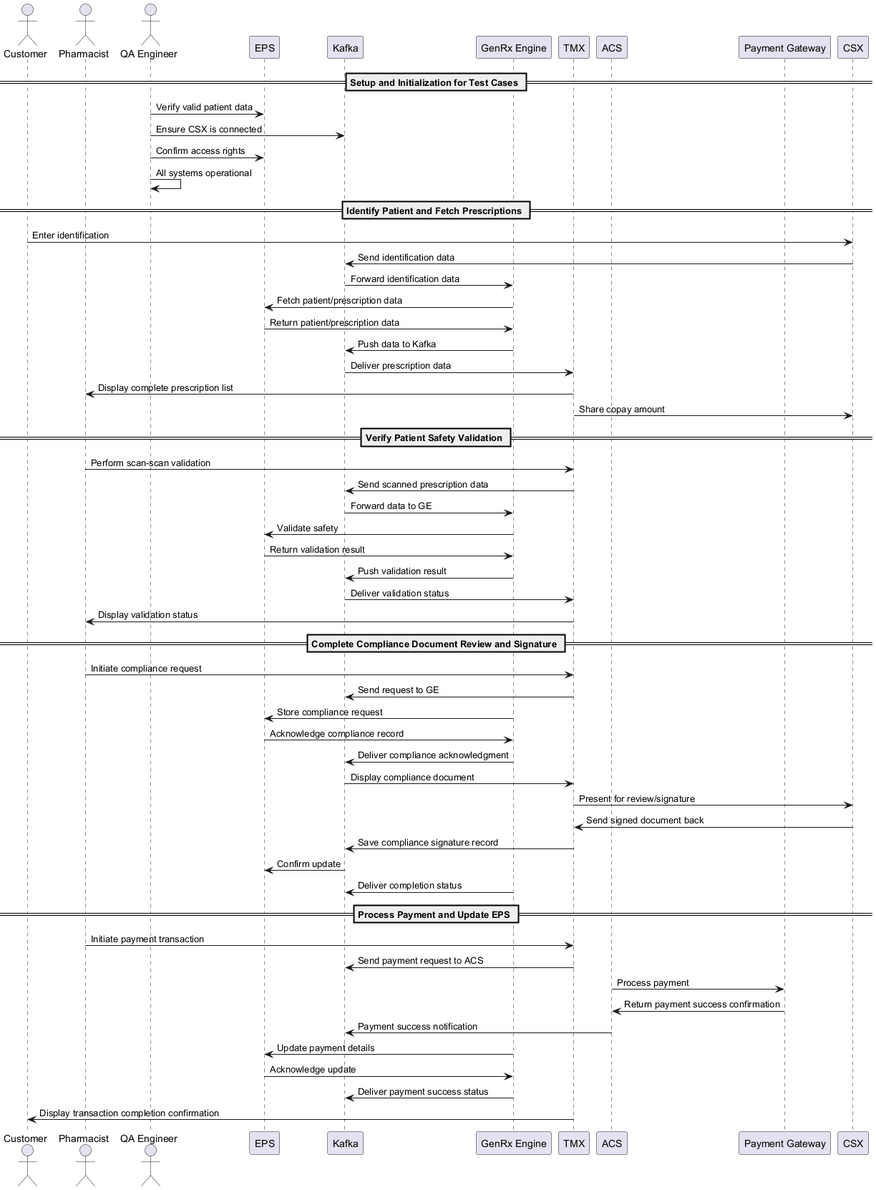
Earlier version of the PlantUML export plantuml2/static/e2e_test_diagram.png (aniket-017/PlantUml).
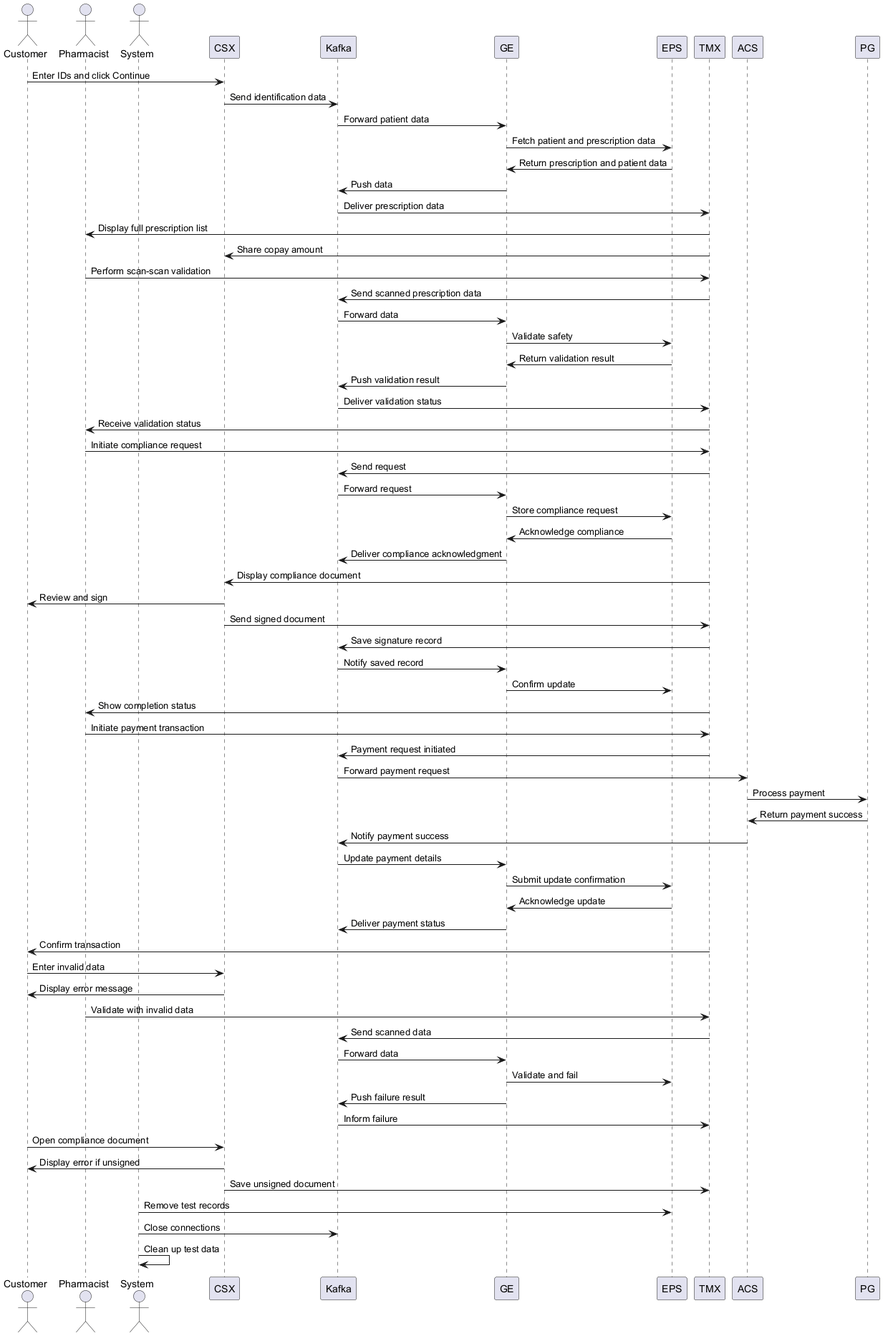
After the change.

Change to the diagram source:
```diff
@@ -1,64 +1,68 @@
 @startuml
 actor Customer
 actor Pharmacist
-actor "QA Engineer" as QA
-participant "EPS" as eps
-participant "Kafka" as kafka
-participant "GenRx Engine" as ge
-participant "TMX" as tmx
-participant "ACS" as acs
-participant "Payment Gateway" as pg
-participant "CSX" as csx
+actor System
 
-== Setup and Initialization for Test Cases ==
-QA -> eps : Verify valid patient data
-QA -> kafka : Ensure CSX is connected
-QA -> eps : Confirm access rights
-QA -> QA : All systems operational
+Customer -> CSX: Enter IDs and click Continue
+CSX -> Kafka: Send identification data
+Kafka -> GE: Forward patient data
+GE -> EPS: Fetch patient and prescription data
+EPS -> GE: Return prescription and patient data
+GE -> Kafka: Push data
+Kafka -> TMX: Deliver prescription data
+TMX -> Pharmacist: Display full prescription list
+TMX -> CSX: Share copay amount
 
-== Identify Patient and Fetch Prescriptions ==
-Customer -> csx : Enter identification
-csx -> kafka : Send identification data
-kafka -> ge : Forward identification data
-ge -> eps : Fetch patient/prescription data
-eps -> ge : Return patient/prescription data
-ge -> kafka : Push data to Kafka
-kafka -> tmx : Deliver prescription data
-tmx -> Pharmacist : Display complete prescription list
-tmx -> csx : Share copay amount
+Pharmacist -> TMX: Perform scan-scan validation
+TMX -> Kafka: Send scanned prescription data
+Kafka -> GE: Forward data
+GE -> EPS: Validate safety
+EPS -> GE: Return validation result
+GE -> Kafka: Push validation result
+Kafka -> TMX: Deliver validation status
+TMX -> Pharmacist: Receive validation status
 
-== Verify Patient Safety Validation ==
-Pharmacist -> tmx : Perform scan-scan validation
-tmx -> kafka : Send scanned prescription data
-kafka -> ge : Forward data to GE
-ge -> eps : Validate safety
-eps -> ge : Return validation result
-ge -> kafka : Push validation result
-kafka -> tmx : Deliver validation status
-tmx -> Pharmacist : Display validation status
+Pharmacist -> TMX: Initiate compliance request
+TMX -> Kafka: Send request
+Kafka -> GE: Forward request
+GE -> EPS: Store compliance request
+EPS -> GE: Acknowledge compliance
+GE -> Kafka: Deliver compliance acknowledgment
+TMX -> CSX: Display compliance document
+CSX -> Customer: Review and sign
+CSX -> TMX: Send signed document
+TMX -> Kafka: Save signature record
+Kafka -> GE: Notify saved record
+GE -> EPS: Confirm update
+TMX -> Pharmacist: Show completion status
 
-== Complete Compliance Document Review and Signature ==
-Pharmacist -> tmx : Initiate compliance request
-tmx -> kafka : Send request to GE
-ge -> eps : Store compliance request
-eps -> ge : Acknowledge compliance record
-ge -> kafka : Deliver compliance acknowledgment
-kafka -> tmx : Display compliance document
-tmx -> csx : Present for review/signature
-csx -> tmx : Send signed document back
-tmx -> kafka : Save compliance signature record
-kafka -> eps : Confirm update
-ge -> kafka : Deliver completion status
+Pharmacist -> TMX: Initiate payment transaction
+TMX -> Kafka: Payment request initiated
+Kafka -> ACS: Forward payment request
+ACS -> PG: Process payment
+PG -> ACS: Return payment success
+ACS -> Kafka: Notify payment success
+Kafka -> GE: Update payment details
+GE -> EPS: Submit update confirmation
+EPS -> GE: Acknowledge update
+GE -> Kafka: Deliver payment status
+TMX -> Customer: Confirm transaction
 
-== Process Payment and Update EPS ==
-Pharmacist -> tmx : Initiate payment transaction
-tmx -> kafka : Send payment request to ACS
-acs -> pg : Process payment
-pg -> acs : Return payment success confirmation
-acs -> kafka : Payment success notification
-ge -> eps : Update payment details
-eps -> ge : Acknowledge update
-ge -> kafka : Deliver payment success status
-tmx -> Customer : Display transaction completion confirmation
+Customer -> CSX: Enter invalid data
+CSX -> Customer: Display error message
 
+Pharmacist -> TMX: Validate with invalid data
+TMX -> Kafka: Send scanned data
+Kafka -> GE: Forward data
+GE -> EPS: Validate and fail
+GE -> Kafka: Push failure result
+Kafka -> TMX: Inform failure
+
+Customer -> CSX: Open compliance document
+CSX -> Customer: Display error if unsigned
+CSX -> TMX: Save unsigned document
+
+System -> EPS: Remove test records
+System -> Kafka: Close connections
+System -> System: Clean up test data
 @enduml
```
